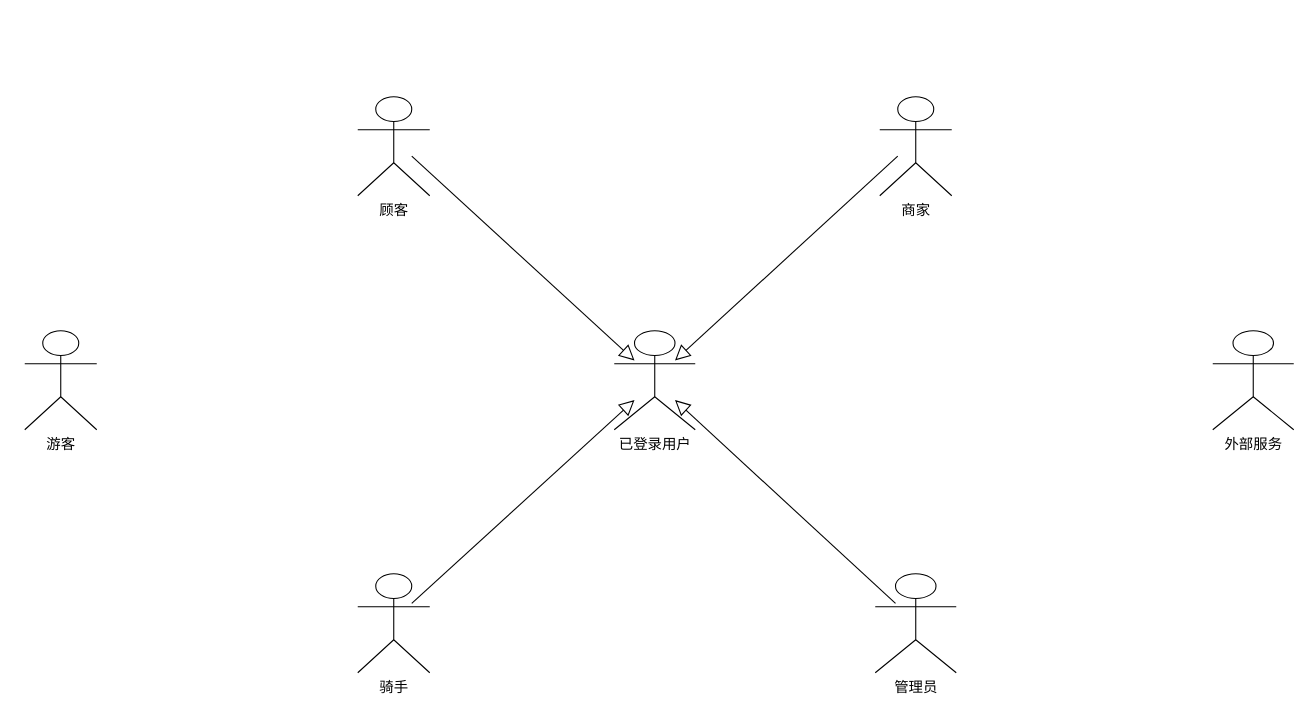
Earlier version of the draw.io diagram source/figures/srs/drawio/09-actor-analysis.drawio (Fwlyii/lightweight-takeout-platform). Source tidied: cells renumbered, new cells numbered last; positions are measured from the earlier drawing's top-left corner, leaving out a move shared by most shapes. Both pictures are drawn from the tidied source at 90%, with x=0, y=0 at pixel (24, 96).
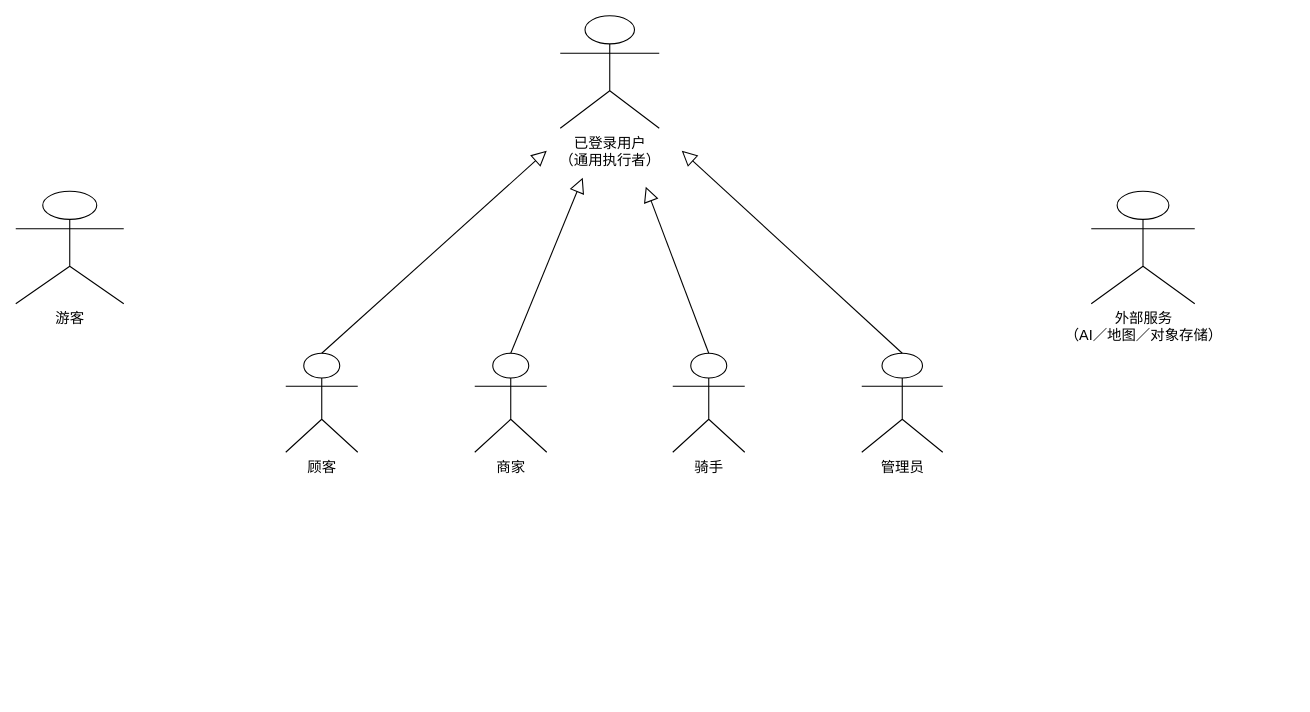
Above is the later version.

What changed in the source:
```diff
@@
 <mxGraphModel>
   <root>
     <mxCell id="0" />
     <mxCell id="1" parent="0" />
+    <mxCell id="7" value="游客&lt;div&gt;&lt;br/&gt;&lt;/div&gt;" style="shape=umlActor;verticalLabelPosition=bottom;verticalAlign=top;html=1;fontSize=16;strokeWidth=1.2;" parent="1" vertex="1">
+      <mxGeometry x="-10" y="105" width="120" height="125" as="geometry" />
+    </mxCell>
-    <mxCell id="2" value="已登录用户" style="shape=umlActor;verticalLabelPosition=bottom;verticalAlign=top;html=1;fontSize=16;strokeWidth=1.2;" parent="1" vertex="1">
-      <mxGeometry x="655" y="260" width="90" height="110" as="geometry" />
+    <mxCell id="2" value="已登录用户&#10;（通用执行者）" style="shape=umlActor;verticalLabelPosition=bottom;verticalAlign=top;html=1;fontSize=16;strokeWidth=1.2;" parent="1" vertex="1">
+      <mxGeometry x="595" y="-90" width="110" height="125" as="geometry" />
     </mxCell>
     <mxCell id="3" value="顾客" style="shape=umlActor;verticalLabelPosition=bottom;verticalAlign=top;html=1;fontSize=16;strokeWidth=1.2;" parent="1" vertex="1">
-      <mxGeometry x="370" width="80" height="110" as="geometry" />
+      <mxGeometry x="290" y="285" width="80" height="110" as="geometry" />
     </mxCell>
     <mxCell id="4" value="商家" style="shape=umlActor;verticalLabelPosition=bottom;verticalAlign=top;html=1;fontSize=16;strokeWidth=1.2;" parent="1" vertex="1">
-      <mxGeometry x="950" width="80" height="110" as="geometry" />
+      <mxGeometry x="500" y="285" width="80" height="110" as="geometry" />
     </mxCell>
     <mxCell id="5" value="骑手" style="shape=umlActor;verticalLabelPosition=bottom;verticalAlign=top;html=1;fontSize=16;strokeWidth=1.2;" parent="1" vertex="1">
-      <mxGeometry x="370" y="530" width="80" height="110" as="geometry" />
+      <mxGeometry x="720" y="285" width="80" height="110" as="geometry" />
     </mxCell>
     <mxCell id="6" value="管理员" style="shape=umlActor;verticalLabelPosition=bottom;verticalAlign=top;html=1;fontSize=16;strokeWidth=1.2;" parent="1" vertex="1">
-      <mxGeometry x="945" y="530" width="90" height="110" as="geometry" />
+      <mxGeometry x="930" y="285" width="90" height="110" as="geometry" />
     </mxCell>
-    <mxCell id="7" value="游客" style="shape=umlActor;verticalLabelPosition=bottom;verticalAlign=top;html=1;fontSize=16;strokeWidth=1.2;" parent="1" vertex="1">
-      <mxGeometry y="260" width="80" height="110" as="geometry" />
-    </mxCell>
-    <mxCell id="8" value="外部服务" style="shape=umlActor;verticalLabelPosition=bottom;verticalAlign=top;html=1;fontSize=16;strokeWidth=1.2;" parent="1" vertex="1">
-      <mxGeometry x="1320" y="260" width="90" height="110" as="geometry" />
+    <mxCell id="8" value="外部服务&#10;（AI／地图／对象存储）" style="shape=umlActor;verticalLabelPosition=bottom;verticalAlign=top;html=1;fontSize=16;strokeWidth=1.2;" parent="1" vertex="1">
+      <mxGeometry x="1185" y="105" width="115" height="125" as="geometry" />
     </mxCell>
-    <mxCell id="9" style="html=1;rounded=0;endArrow=block;endFill=0;endSize=14;strokeWidth=1.2;exitX=0.75;exitY=0.6;exitDx=0;exitDy=0;exitPerimeter=0;entryX=0.25;entryY=0.3;entryDx=0;entryDy=0;entryPerimeter=0;" parent="1" edge="1" source="3" target="2">
-      <mxGeometry relative="1" as="geometry" />
+    <mxCell id="9" style="endArrow=block;endFill=0;endSize=14;html=1;strokeWidth=1.2;exitX=0.5;exitY=0;exitDx=0;exitDy=0;exitPerimeter=0;" parent="1" edge="1" source="3">
+      <mxGeometry relative="1" as="geometry">
+        <mxPoint x="580" y="60" as="targetPoint" />
+      </mxGeometry>
     </mxCell>
-    <mxCell id="10" style="html=1;rounded=0;endArrow=block;endFill=0;endSize=14;strokeWidth=1.2;exitX=0.25;exitY=0.6;exitDx=0;exitDy=0;exitPerimeter=0;entryX=0.75;entryY=0.3;entryDx=0;entryDy=0;entryPerimeter=0;" parent="1" edge="1" source="4" target="2">
-      <mxGeometry relative="1" as="geometry" />
+    <mxCell id="10" style="endArrow=block;endFill=0;endSize=14;html=1;strokeWidth=1.2;exitX=0.5;exitY=0;exitDx=0;exitDy=0;exitPerimeter=0;" parent="1" edge="1" source="4">
+      <mxGeometry relative="1" as="geometry">
+        <mxPoint x="620" y="90" as="targetPoint" />
+      </mxGeometry>
     </mxCell>
-    <mxCell id="11" style="html=1;rounded=0;endArrow=block;endFill=0;endSize=14;strokeWidth=1.2;exitX=0.75;exitY=0.3;exitDx=0;exitDy=0;exitPerimeter=0;entryX=0.25;entryY=0.7;entryDx=0;entryDy=0;entryPerimeter=0;" parent="1" edge="1" source="5" target="2">
-      <mxGeometry relative="1" as="geometry" />
+    <mxCell id="11" style="endArrow=block;endFill=0;endSize=14;html=1;strokeWidth=1.2;exitX=0.5;exitY=0;exitDx=0;exitDy=0;exitPerimeter=0;" parent="1" edge="1" source="5">
+      <mxGeometry relative="1" as="geometry">
+        <mxPoint x="690" y="100" as="targetPoint" />
+      </mxGeometry>
     </mxCell>
-    <mxCell id="12" style="html=1;rounded=0;endArrow=block;endFill=0;endSize=14;strokeWidth=1.2;exitX=0.25;exitY=0.3;exitDx=0;exitDy=0;exitPerimeter=0;entryX=0.75;entryY=0.7;entryDx=0;entryDy=0;entryPerimeter=0;" parent="1" edge="1" source="6" target="2">
-      <mxGeometry relative="1" as="geometry" />
+    <mxCell id="12" style="endArrow=block;endFill=0;endSize=14;html=1;strokeWidth=1.2;exitX=0.5;exitY=0;exitDx=0;exitDy=0;exitPerimeter=0;" parent="1" edge="1" source="6">
+      <mxGeometry relative="1" as="geometry">
+        <mxPoint x="730" y="60" as="targetPoint" />
+      </mxGeometry>
     </mxCell>
   </root>
 </mxGraphModel>
```
